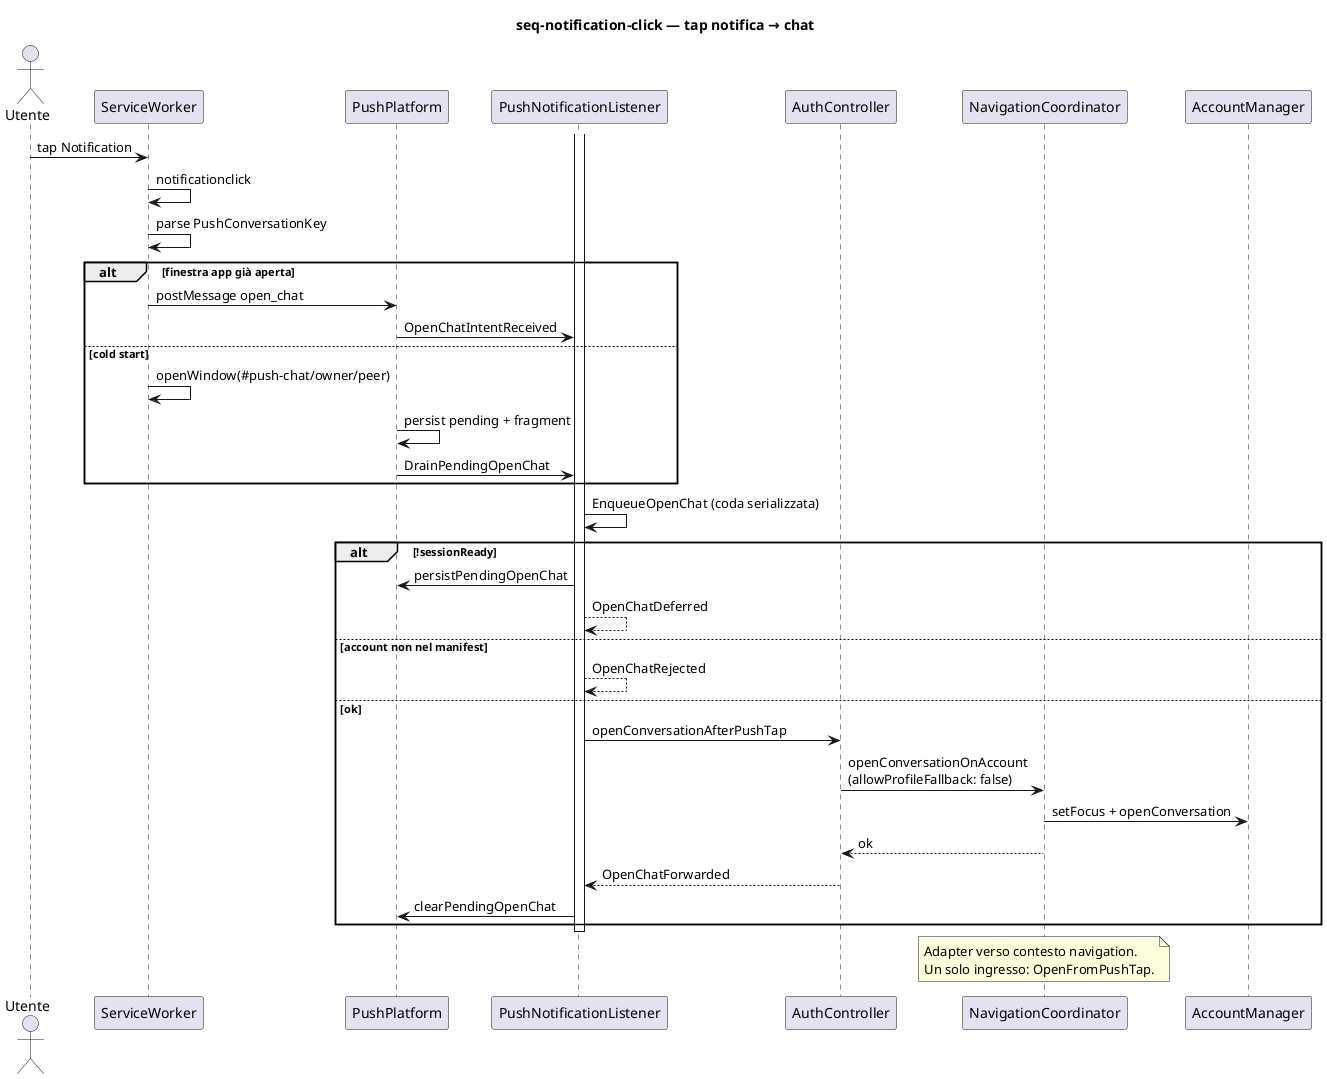
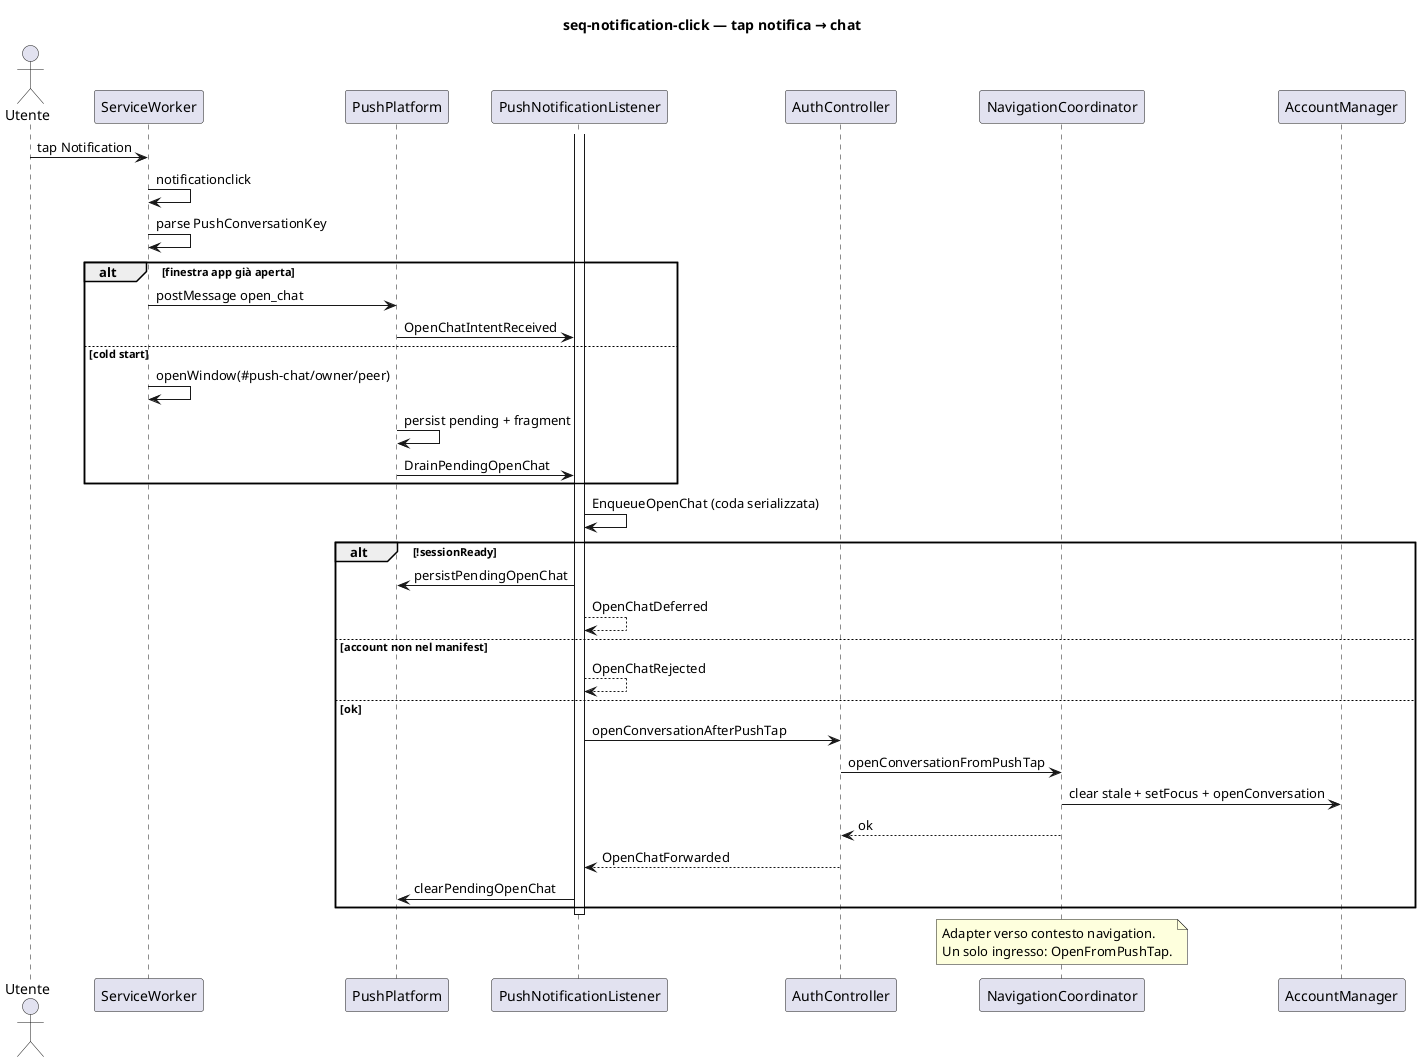
@startuml seq-notification-click
' Context: notifications → navigation (adapter)
' Command: OpenFromPushTap
' SDD: PROM-PUSH-NOTIFY-030, SURF-NOTIFICATIONS-006–007
' Revision: 2026-07-18

title seq-notification-click — tap notifica → chat

actor Utente
participant "ServiceWorker" as SW
participant "PushPlatform" as Plat
participant "PushNotificationListener" as Listener
participant "AuthController" as Auth
participant "NavigationCoordinator" as Nav
participant "AccountManager" as AM

Utente -> SW : tap Notification
SW -> SW : notificationclick
SW -> SW : parse PushConversationKey

alt finestra app già aperta
  SW -> Plat : postMessage open_chat
  Plat -> Listener : OpenChatIntentReceived
else cold start
  SW -> SW : openWindow(#push-chat/owner/peer)
  Plat -> Plat : persist pending + fragment
  Plat -> Listener : DrainPendingOpenChat
end

activate Listener
Listener -> Listener : EnqueueOpenChat (coda serializzata)

alt !sessionReady
  Listener -> Plat : persistPendingOpenChat
  Listener --> Listener : OpenChatDeferred
else account non nel manifest
  Listener --> Listener : OpenChatRejected
else ok
  Listener -> Auth : openConversationAfterPushTap
-   Auth -> Nav : openConversationOnAccount\n(allowProfileFallback: false)
-   Nav -> AM : setFocus + openConversation
+   Auth -> Nav : openConversationFromPushTap
+   Nav -> AM : clear stale + setFocus + openConversation
  Nav --> Auth : ok
  Auth --> Listener : OpenChatForwarded
  Listener -> Plat : clearPendingOpenChat
end
deactivate Listener

note over Nav
  Adapter verso contesto navigation.
  Un solo ingresso: OpenFromPushTap.
end note

@enduml
